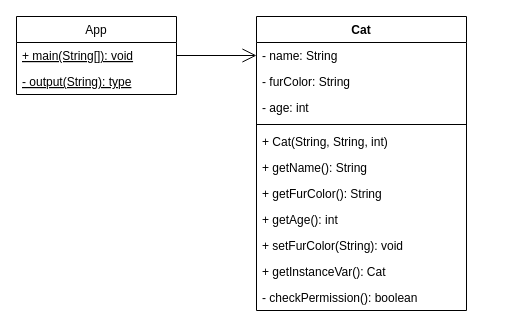
Earlier version of the draw.io diagram page "App-Cat" (2 of 2) of klassendiagram.drawio (Jonsy86/02b_Klassen_Objekte_II). Source tidied: cells renumbered, new cells numbered last; positions are measured from the earlier drawing's top-left corner, leaving out a move shared by most shapes. Both pictures are drawn from the tidied source at 100%, with x=0, y=0 at pixel (16, 16).
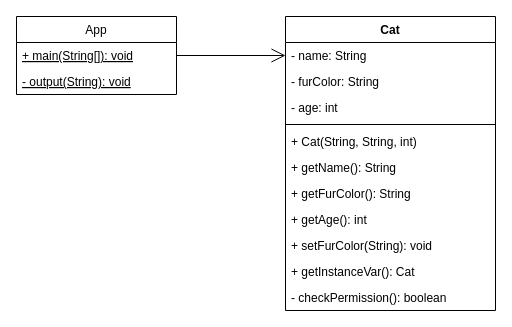
The same page after the edit.

Diff of the diagram source:
```diff
@@
 <mxGraphModel>
   <root>
     <mxCell id="0" />
     <mxCell id="1" parent="0" />
     <mxCell id="2" value="Cat" style="swimlane;fontStyle=1;align=center;verticalAlign=top;horizontal=1;startSize=26;" parent="1" vertex="1">
-      <mxGeometry x="240" width="210" height="294" as="geometry" />
+      <mxGeometry x="269" width="210" height="294" as="geometry" />
     </mxCell>
     <mxCell id="3" value="- name: String" style="text;strokeColor=none;fillColor=none;align=left;verticalAlign=top;spacingLeft=4;spacingRight=4;overflow=hidden;points=[[0,0.5],[1,0.5]];portConstraint=eastwest;" parent="2" vertex="1">
       <mxGeometry y="26" width="210" height="26" as="geometry" />
     </mxCell>
     <mxCell id="4" value="- furColor: String" style="text;strokeColor=none;fillColor=none;align=left;verticalAlign=top;spacingLeft=4;spacingRight=4;overflow=hidden;" parent="2" vertex="1">
       <mxGeometry y="52" width="210" height="26" as="geometry" />
     </mxCell>
     <mxCell id="5" value="- age: int" style="text;strokeColor=none;fillColor=none;align=left;verticalAlign=top;spacingLeft=4;spacingRight=4;overflow=hidden;" parent="2" vertex="1">
       <mxGeometry y="78" width="210" height="26" as="geometry" />
     </mxCell>
     <mxCell id="6" style="line;strokeWidth=1;fillColor=none;align=left;verticalAlign=middle;spacingTop=-1;spacingLeft=3;spacingRight=3;labelPosition=right;strokeColor=inherit;" parent="2" vertex="1">
       <mxGeometry y="104" width="210" height="8" as="geometry" />
     </mxCell>
     <mxCell id="7" value="+ Cat(String, String, int)" style="text;strokeColor=none;fillColor=none;align=left;verticalAlign=top;spacingLeft=4;spacingRight=4;overflow=hidden;" parent="2" vertex="1">
       <mxGeometry y="112" width="210" height="26" as="geometry" />
     </mxCell>
     <mxCell id="8" value="+ getName(): String" style="text;strokeColor=none;fillColor=none;align=left;verticalAlign=top;spacingLeft=4;spacingRight=4;overflow=hidden;" parent="2" vertex="1">
       <mxGeometry y="138" width="210" height="26" as="geometry" />
     </mxCell>
     <mxCell id="9" value="+ getFurColor(): String" style="text;strokeColor=none;fillColor=none;align=left;verticalAlign=top;spacingLeft=4;spacingRight=4;overflow=hidden;" parent="2" vertex="1">
       <mxGeometry y="164" width="210" height="26" as="geometry" />
     </mxCell>
     <mxCell id="10" value="+ getAge(): int" style="text;strokeColor=none;fillColor=none;align=left;verticalAlign=top;spacingLeft=4;spacingRight=4;overflow=hidden;" parent="2" vertex="1">
       <mxGeometry y="190" width="210" height="26" as="geometry" />
     </mxCell>
     <mxCell id="11" value="+ setFurColor(String): void" style="text;strokeColor=none;fillColor=none;align=left;verticalAlign=top;spacingLeft=4;spacingRight=4;overflow=hidden;" parent="2" vertex="1">
       <mxGeometry y="216" width="210" height="26" as="geometry" />
     </mxCell>
     <mxCell id="12" value="+ getInstanceVar(): Cat" style="text;strokeColor=none;fillColor=none;align=left;verticalAlign=top;spacingLeft=4;spacingRight=4;overflow=hidden;" parent="2" vertex="1">
       <mxGeometry y="242" width="210" height="26" as="geometry" />
     </mxCell>
     <mxCell id="13" value="- checkPermission(): boolean" style="text;strokeColor=none;fillColor=none;align=left;verticalAlign=top;spacingLeft=4;spacingRight=4;overflow=hidden;" parent="2" vertex="1">
       <mxGeometry y="268" width="210" height="26" as="geometry" />
     </mxCell>
     <mxCell id="14" value="App" style="swimlane;fontStyle=0;horizontal=1;startSize=26;fillColor=none;" parent="1" vertex="1">
       <mxGeometry width="160" height="78" as="geometry" />
     </mxCell>
     <mxCell id="15" value="+ main(String[]): void" style="text;strokeColor=none;fillColor=none;align=left;verticalAlign=top;spacingLeft=4;spacingRight=4;overflow=hidden;points=[[0,0.5],[1,0.5]];portConstraint=eastwest;fontStyle=4;" parent="14" vertex="1">
       <mxGeometry y="26" width="160" height="26" as="geometry" />
     </mxCell>
-    <mxCell id="16" value="- output(String): type" style="text;strokeColor=none;fillColor=none;align=left;verticalAlign=top;spacingLeft=4;spacingRight=4;overflow=hidden;fontStyle=4;" parent="14" vertex="1">
+    <mxCell id="16" value="- output(String): void" style="text;strokeColor=none;fillColor=none;align=left;verticalAlign=top;spacingLeft=4;spacingRight=4;overflow=hidden;fontStyle=4;" parent="14" vertex="1">
       <mxGeometry y="52" width="160" height="26" as="geometry" />
     </mxCell>
-    <mxCell id="17" style="endArrow=open;endFill=1;endSize=12;html=1;exitX=1;exitY=0.5;exitDx=0;exitDy=0;entryX=0;entryY=0.5;entryDx=0;entryDy=0;" parent="1" edge="1" source="15" target="3">
-      <mxGeometry relative="1" as="geometry" />
+    <mxCell id="17" style="endArrow=open;endFill=1;endSize=12;html=1;entryX=0;entryY=0.5;entryDx=0;entryDy=0;" parent="1" edge="1" target="3">
+      <mxGeometry relative="1" as="geometry">
+        <mxPoint x="160" y="39" as="sourcePoint" />
+      </mxGeometry>
     </mxCell>
   </root>
 </mxGraphModel>
```
